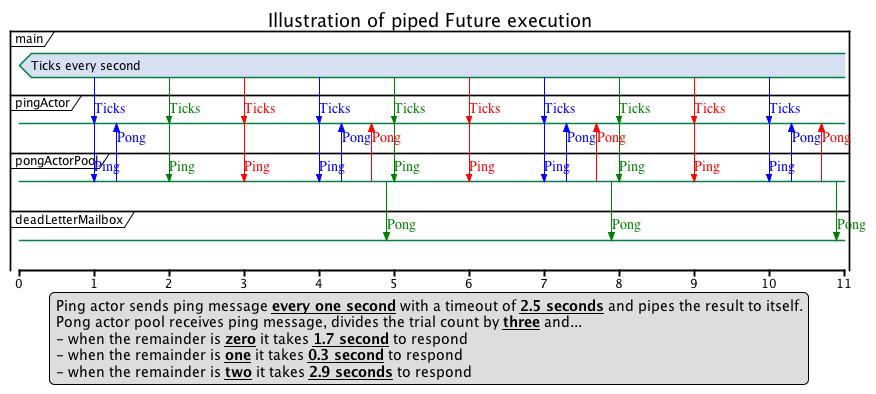
oklahomer/protoactor-go-future-example keeps this PlantUML diagram as docs/pipe/timeline.png. Above is the earlier version. The source it was exported from:
```plantuml
@startuml

title Illustration of piped Future execution

legend
Ping actor sends ping message **__every one second__** with a timeout of **__2.5 seconds__** and pipes the result to itself.
Pong actor pool receives ping message, divides the trial count by **__three__** and...
- when the remainder is **__zero__** it takes **__1.7 second__** to respond
- when the remainder is **__one__** it takes **__0.3 second__** to respond
- when the remainder is **__two__** it takes **__2.9 seconds__** to respond
end legend

scale 1 as 75 pixels

concise "main" as main
robust "pingActor"  as ping
robust "pongActorPool" as pong
robust "deadLetterMailbox" as deadLetter

@0
main is "Ticks every second"
ping is " "
pong is " "
deadLetter is " "

@1
main -> ping : Ticks
ping -> pong : Ping

@1.3
pong -> ping : Pong

@2
main -[#green]> ping : Ticks
ping -[#green]> pong : Ping

@3
main -[#red]> ping : Ticks
ping -[#red]> pong : Ping

@4
main -> ping : Ticks
ping -> pong : Ping

@4.3
pong -> ping : Pong

@4.7
pong -[#red]> ping : Pong

@4.9
pong -[#green]> deadLetter : Pong

@5
main -[#green]> ping : Ticks
ping -[#green]> pong : Ping

@6
main -[#red]> ping : Ticks
ping -[#red]> pong : Ping

@7
main -> ping : Ticks
ping -> pong : Ping

@7.3
pong -> ping : Pong

@7.7
pong -[#red]> ping : Pong

@7.9
pong -[#green]> deadLetter : Pong

@8
main -[#green]> ping : Ticks
ping -[#green]> pong : Ping

@9
main -[#red]> ping : Ticks
ping -[#red]> pong : Ping

@10
main -> ping: Ticks
ping -> pong : Ping

@10.3
pong -> ping : Pong

@10.7
pong -[#red]> ping : Pong

@10.9
pong -[#green]> deadLetter : Pong

@enduml
```
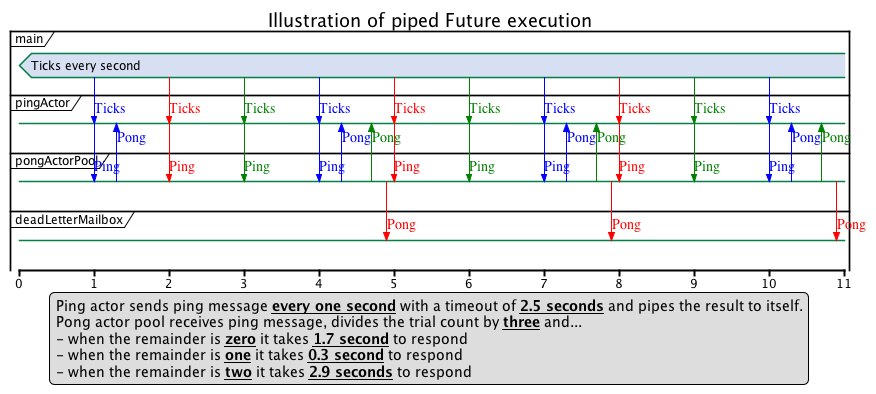
After the change.

Commit message:
Add timeline diagram for AwaitFuture

What changed in the source:
```diff
@@ -31,12 +31,12 @@
 pong -> ping : Pong
 
 @2
+main -[#red]> ping : Ticks
+ping -[#red]> pong : Ping
+
+@3
 main -[#green]> ping : Ticks
 ping -[#green]> pong : Ping
-
-@3
-main -[#red]> ping : Ticks
-ping -[#red]> pong : Ping
 
 @4
 main -> ping : Ticks
@@ -46,18 +46,18 @@
 pong -> ping : Pong
 
 @4.7
-pong -[#red]> ping : Pong
+pong -[#green]> ping : Pong
 
 @4.9
-pong -[#green]> deadLetter : Pong
+pong -[#red]> deadLetter : Pong
 
 @5
+main -[#red]> ping : Ticks
+ping -[#red]> pong : Ping
+
+@6
 main -[#green]> ping : Ticks
 ping -[#green]> pong : Ping
-
-@6
-main -[#red]> ping : Ticks
-ping -[#red]> pong : Ping
 
 @7
 main -> ping : Ticks
@@ -67,18 +67,18 @@
 pong -> ping : Pong
 
 @7.7
-pong -[#red]> ping : Pong
+pong -[#green]> ping : Pong
 
 @7.9
-pong -[#green]> deadLetter : Pong
+pong -[#red]> deadLetter : Pong
 
 @8
+main -[#red]> ping : Ticks
+ping -[#red]> pong : Ping
+
+@9
 main -[#green]> ping : Ticks
 ping -[#green]> pong : Ping
-
-@9
-main -[#red]> ping : Ticks
-ping -[#red]> pong : Ping
 
 @10
 main -> ping: Ticks
@@ -88,9 +88,9 @@
 pong -> ping : Pong
 
 @10.7
-pong -[#red]> ping : Pong
+pong -[#green]> ping : Pong
 
 @10.9
-pong -[#green]> deadLetter : Pong
+pong -[#red]> deadLetter : Pong
 
 @enduml
```
